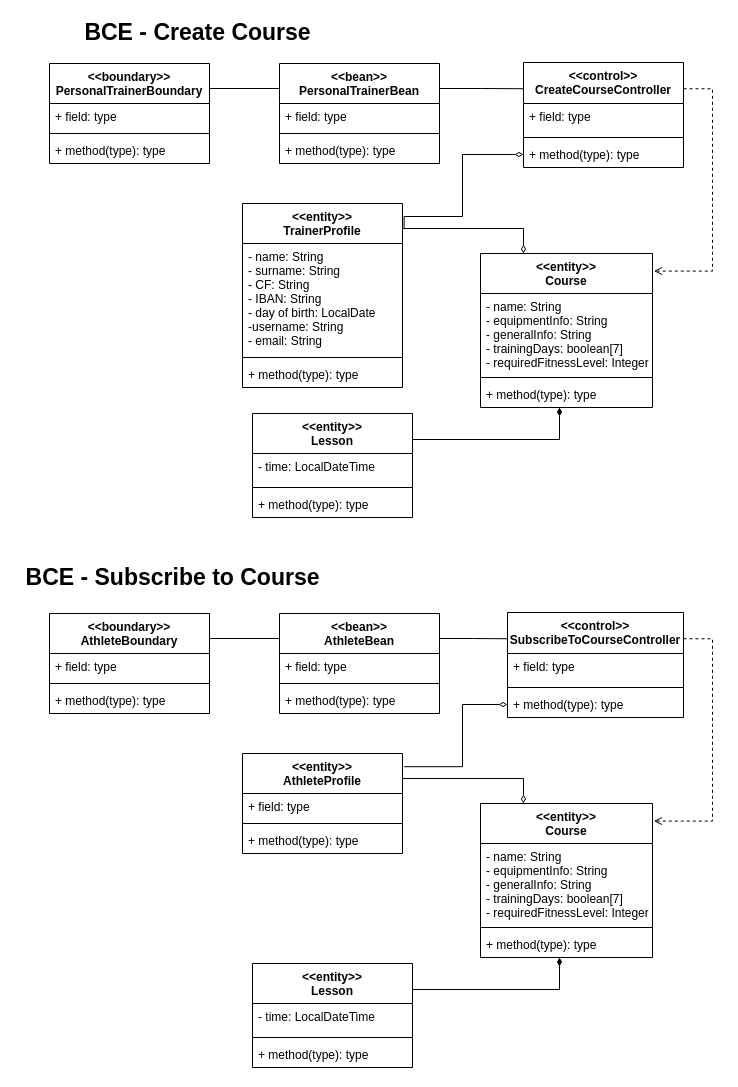
This is BCE_CreateCourse.drawio from Bobbarello00/WeTrain, a draw.io file, before an edit. Source tidied: cells renumbered, new cells numbered last; positions are measured from the earlier drawing's top-left corner, leaving out a move shared by most shapes. Both pictures are drawn from the tidied source at 100%, with x=0, y=0 at pixel (17, 17).
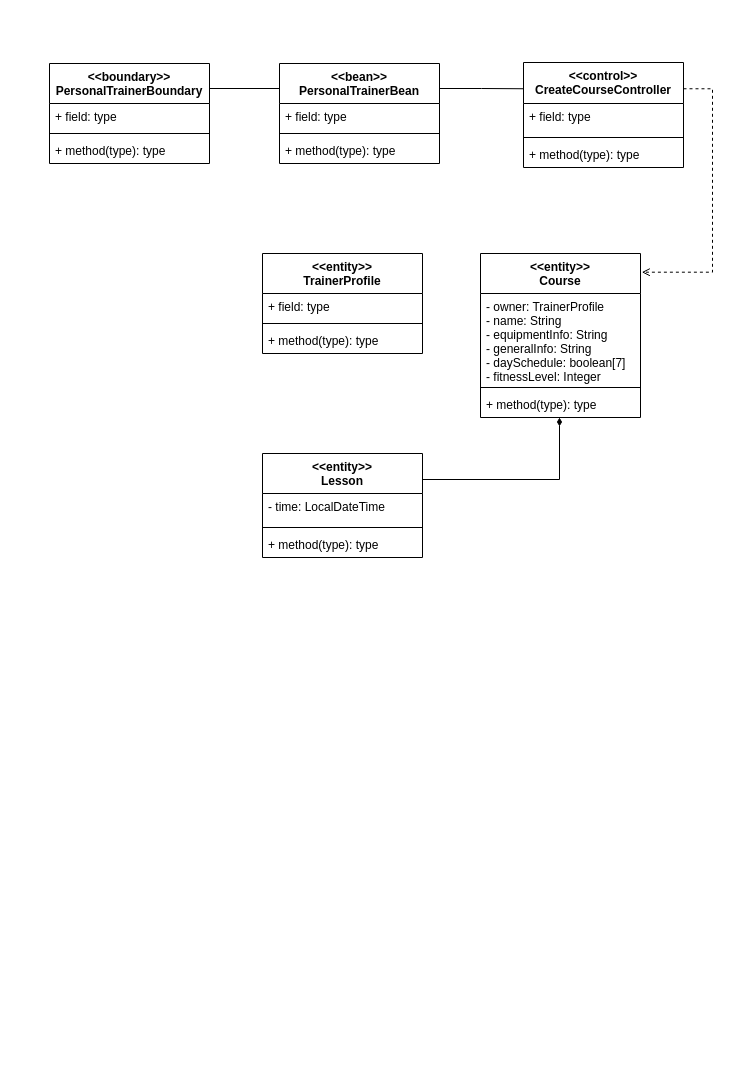
The same diagram, later.

Unchanged cells that the change refers to:
```xml
<mxCell id="2" value="&lt;&lt;control&gt;&gt;&#10;CreateCourseController" style="swimlane;fontStyle=1;align=center;verticalAlign=top;horizontal=1;startSize=41;" parent="1" vertex="1">
  <mxGeometry x="506" y="45" width="160" height="105" as="geometry" />
</mxCell>
<mxCell id="5" value="+ method(type): type" style="text;strokeColor=none;fillColor=none;align=left;verticalAlign=top;spacingLeft=4;spacingRight=4;overflow=hidden;points=[[0,0.5],[1,0.5]];portConstraint=eastwest;" parent="2" vertex="1">
  <mxGeometry y="79" width="160" height="26" as="geometry" />
</mxCell>
```

The edit, as a diff of the source:
```diff
@@
     <mxCell id="16" value="&lt;&lt;entity&gt;&gt;&#10;Course" style="swimlane;fontStyle=1;align=center;verticalAlign=top;horizontal=1;startSize=40;" parent="1" vertex="1">
-      <mxGeometry x="463" y="236" width="172" height="154" as="geometry" />
+      <mxGeometry x="463" y="236" width="160" height="164" as="geometry" />
     </mxCell>
-    <mxCell id="17" value="- name: String&#10;- equipmentInfo: String&#10;- generalInfo: String&#10;- trainingDays: boolean[7]&#10;- requiredFitnessLevel: Integer" style="text;strokeColor=none;fillColor=none;align=left;verticalAlign=top;spacingLeft=4;spacingRight=4;overflow=hidden;" parent="16" vertex="1">
-      <mxGeometry y="40" width="172" height="80" as="geometry" />
+    <mxCell id="17" value="- owner: TrainerProfile&#10;- name: String&#10;- equipmentInfo: String&#10;- generalInfo: String&#10;- daySchedule: boolean[7]&#10;- fitnessLevel: Integer" style="text;strokeColor=none;fillColor=none;align=left;verticalAlign=top;spacingLeft=4;spacingRight=4;overflow=hidden;" parent="16" vertex="1">
+      <mxGeometry y="40" width="160" height="90" as="geometry" />
     </mxCell>
     <mxCell id="18" style="line;strokeWidth=1;fillColor=none;align=left;verticalAlign=middle;spacingTop=-1;spacingLeft=3;spacingRight=3;labelPosition=right;" parent="16" vertex="1">
-      <mxGeometry y="120" width="172" height="8" as="geometry" />
+      <mxGeometry y="130" width="160" height="8" as="geometry" />
     </mxCell>
     <mxCell id="19" value="+ method(type): type" style="text;strokeColor=none;fillColor=none;align=left;verticalAlign=top;spacingLeft=4;spacingRight=4;overflow=hidden;points=[[0,0.5],[1,0.5]];portConstraint=eastwest;" parent="16" vertex="1">
-      <mxGeometry y="128" width="172" height="26" as="geometry" />
+      <mxGeometry y="138" width="160" height="26" as="geometry" />
     </mxCell>
-    <mxCell id="20" style="edgeStyle=orthogonalEdgeStyle;rounded=0;jettySize=auto;html=1;exitX=1;exitY=0.25;exitDx=0;exitDy=0;entryX=0.25;entryY=0;entryDx=0;entryDy=0;endArrow=diamondThin;endFill=0;" parent="1" edge="1" source="22" target="16">
-      <mxGeometry relative="1" as="geometry">
-        <Array as="points">
-          <mxPoint x="506" y="211" />
-        </Array>
-      </mxGeometry>
-    </mxCell>
-    <mxCell id="21" style="edgeStyle=orthogonalEdgeStyle;rounded=0;jettySize=auto;html=1;exitX=1.01;exitY=0.132;exitDx=0;exitDy=0;entryX=0;entryY=0.5;entryDx=0;entryDy=0;endArrow=diamondThin;endFill=0;exitPerimeter=0;" parent="1" edge="1" source="22" target="5">
-      <mxGeometry relative="1" as="geometry">
-        <Array as="points">
-          <mxPoint x="445" y="199" />
-          <mxPoint x="445" y="137" />
-        </Array>
-      </mxGeometry>
-    </mxCell>
     <mxCell id="22" value="&lt;&lt;entity&gt;&gt;&#10;TrainerProfile" style="swimlane;fontStyle=1;align=center;verticalAlign=top;horizontal=1;startSize=40;" parent="1" vertex="1">
-      <mxGeometry x="225" y="186" width="160" height="184" as="geometry" />
+      <mxGeometry x="245" y="236" width="160" height="100" as="geometry" />
     </mxCell>
-    <mxCell id="23" value="- name: String&#10;- surname: String&#10;- CF: String&#10;- IBAN: String&#10;- day of birth: LocalDate&#10;-username: String&#10;- email: String" style="text;strokeColor=none;fillColor=none;align=left;verticalAlign=top;spacingLeft=4;spacingRight=4;overflow=hidden;" parent="22" vertex="1">
-      <mxGeometry y="40" width="160" height="110" as="geometry" />
+    <mxCell id="23" value="+ field: type" style="text;strokeColor=none;fillColor=none;align=left;verticalAlign=top;spacingLeft=4;spacingRight=4;overflow=hidden;" parent="22" vertex="1">
+      <mxGeometry y="40" width="160" height="26" as="geometry" />
     </mxCell>
     <mxCell id="24" style="line;strokeWidth=1;fillColor=none;align=left;verticalAlign=middle;spacingTop=-1;spacingLeft=3;spacingRight=3;labelPosition=right;" parent="22" vertex="1">
-      <mxGeometry y="150" width="160" height="8" as="geometry" />
+      <mxGeometry y="66" width="160" height="8" as="geometry" />
     </mxCell>
     <mxCell id="25" value="+ method(type): type" style="text;strokeColor=none;fillColor=none;align=left;verticalAlign=top;spacingLeft=4;spacingRight=4;overflow=hidden;" parent="22" vertex="1">
-      <mxGeometry y="158" width="160" height="26" as="geometry" />
+      <mxGeometry y="74" width="160" height="26" as="geometry" />
     </mxCell>
     <mxCell id="26" style="edgeStyle=orthogonalEdgeStyle;rounded=0;jettySize=auto;html=1;exitX=1;exitY=0.25;exitDx=0;exitDy=0;entryX=1.008;entryY=0.114;entryDx=0;entryDy=0;endArrow=open;endFill=0;dashed=1;entryPerimeter=0;" parent="1" edge="1" source="2" target="16">
       <mxGeometry relative="1" as="geometry">
         <Array as="points">
           <mxPoint x="695" y="71" />
-          <mxPoint x="695" y="254" />
+          <mxPoint x="695" y="255" />
         </Array>
       </mxGeometry>
     </mxCell>
     <mxCell id="27" style="edgeStyle=orthogonalEdgeStyle;rounded=0;jettySize=auto;html=1;exitX=1;exitY=0.25;exitDx=0;exitDy=0;endArrow=diamondThin;endFill=1;" parent="1" edge="1" source="28" target="19">
       <mxGeometry relative="1" as="geometry">
         <Array as="points">
-          <mxPoint x="542" y="422" />
+          <mxPoint x="542" y="462" />
         </Array>
       </mxGeometry>
     </mxCell>
     <mxCell id="28" value="&lt;&lt;entity&gt;&gt;&#10;Lesson" style="swimlane;fontStyle=1;align=center;verticalAlign=top;horizontal=1;startSize=40;" parent="1" vertex="1">
-      <mxGeometry x="235" y="396" width="160" height="104" as="geometry" />
+      <mxGeometry x="245" y="436" width="160" height="104" as="geometry" />
     </mxCell>
@@
-    <mxCell id="32" value="BCE - Create Course" style="text;html=1;align=center;verticalAlign=middle;strokeColor=none;fillColor=none;fontStyle=1;fontSize=23;" parent="1" vertex="1">
-      <mxGeometry x="60" width="240" height="30" as="geometry" />
-    </mxCell>
-    <mxCell id="33" value="BCE - Subscribe to Course" style="text;html=1;align=center;verticalAlign=middle;strokeColor=none;fillColor=none;fontStyle=1;fontSize=23;" parent="1" vertex="1">
-      <mxGeometry y="545" width="310" height="30" as="geometry" />
-    </mxCell>
-    <mxCell id="34" value="&lt;&lt;control&gt;&gt;&#10;SubscribeToCourseController" style="swimlane;fontStyle=1;align=center;verticalAlign=top;horizontal=1;startSize=41;" parent="1" vertex="1">
-      <mxGeometry x="490" y="595" width="176" height="105" as="geometry" />
-    </mxCell>
-    <mxCell id="35" value="+ field: type" style="text;strokeColor=none;fillColor=none;align=left;verticalAlign=top;spacingLeft=4;spacingRight=4;overflow=hidden;" parent="34" vertex="1">
-      <mxGeometry y="41" width="176" height="30" as="geometry" />
-    </mxCell>
-    <mxCell id="36" style="line;strokeWidth=1;fillColor=none;align=left;verticalAlign=middle;spacingTop=-1;spacingLeft=3;spacingRight=3;labelPosition=right;" parent="34" vertex="1">
-      <mxGeometry y="71" width="176" height="8" as="geometry" />
-    </mxCell>
-    <mxCell id="37" value="+ method(type): type" style="text;strokeColor=none;fillColor=none;align=left;verticalAlign=top;spacingLeft=4;spacingRight=4;overflow=hidden;points=[[0,0.5],[1,0.5]];portConstraint=eastwest;" parent="34" vertex="1">
-      <mxGeometry y="79" width="176" height="26" as="geometry" />
-    </mxCell>
-    <mxCell id="38" style="edgeStyle=orthogonalEdgeStyle;rounded=0;jettySize=auto;html=1;exitX=1;exitY=0.25;exitDx=0;exitDy=0;entryX=0;entryY=0.25;entryDx=0;entryDy=0;endArrow=none;endFill=0;" parent="1" edge="1" source="39" target="44">
-      <mxGeometry relative="1" as="geometry" />
-    </mxCell>
-    <mxCell id="39" value="&lt;&lt;boundary&gt;&gt;&#10;AthleteBoundary" style="swimlane;fontStyle=1;align=center;verticalAlign=top;horizontal=1;startSize=40;" parent="1" vertex="1">
-      <mxGeometry x="32" y="596" width="160" height="100" as="geometry" />
-    </mxCell>
-    <mxCell id="40" value="+ field: type" style="text;strokeColor=none;fillColor=none;align=left;verticalAlign=top;spacingLeft=4;spacingRight=4;overflow=hidden;" parent="39" vertex="1">
-      <mxGeometry y="40" width="160" height="26" as="geometry" />
-    </mxCell>
-    <mxCell id="41" style="line;strokeWidth=1;fillColor=none;align=left;verticalAlign=middle;spacingTop=-1;spacingLeft=3;spacingRight=3;labelPosition=right;" parent="39" vertex="1">
-      <mxGeometry y="66" width="160" height="8" as="geometry" />
-    </mxCell>
-    <mxCell id="42" value="+ method(type): type" style="text;strokeColor=none;fillColor=none;align=left;verticalAlign=top;spacingLeft=4;spacingRight=4;overflow=hidden;" parent="39" vertex="1">
-      <mxGeometry y="74" width="160" height="26" as="geometry" />
-    </mxCell>
-    <mxCell id="43" style="edgeStyle=orthogonalEdgeStyle;rounded=0;jettySize=auto;html=1;exitX=1;exitY=0.25;exitDx=0;exitDy=0;entryX=0;entryY=0.25;entryDx=0;entryDy=0;endArrow=none;endFill=0;" parent="1" edge="1" source="44" target="34">
-      <mxGeometry relative="1" as="geometry" />
-    </mxCell>
-    <mxCell id="44" value="&lt;&lt;bean&gt;&gt;&#10;AthleteBean" style="swimlane;fontStyle=1;align=center;verticalAlign=top;horizontal=1;startSize=40;" parent="1" vertex="1">
-      <mxGeometry x="262" y="596" width="160" height="100" as="geometry" />
-    </mxCell>
-    <mxCell id="45" value="+ field: type" style="text;strokeColor=none;fillColor=none;align=left;verticalAlign=top;spacingLeft=4;spacingRight=4;overflow=hidden;" parent="44" vertex="1">
-      <mxGeometry y="40" width="160" height="26" as="geometry" />
-    </mxCell>
-    <mxCell id="46" style="line;strokeWidth=1;fillColor=none;align=left;verticalAlign=middle;spacingTop=-1;spacingLeft=3;spacingRight=3;labelPosition=right;" parent="44" vertex="1">
-      <mxGeometry y="66" width="160" height="8" as="geometry" />
-    </mxCell>
-    <mxCell id="47" value="+ method(type): type" style="text;strokeColor=none;fillColor=none;align=left;verticalAlign=top;spacingLeft=4;spacingRight=4;overflow=hidden;" parent="44" vertex="1">
-      <mxGeometry y="74" width="160" height="26" as="geometry" />
-    </mxCell>
-    <mxCell id="48" value="&lt;&lt;entity&gt;&gt;&#10;Course" style="swimlane;fontStyle=1;align=center;verticalAlign=top;horizontal=1;startSize=40;" parent="1" vertex="1">
-      <mxGeometry x="463" y="786" width="172" height="154" as="geometry" />
-    </mxCell>
-    <mxCell id="49" value="- name: String&#10;- equipmentInfo: String&#10;- generalInfo: String&#10;- trainingDays: boolean[7]&#10;- requiredFitnessLevel: Integer" style="text;strokeColor=none;fillColor=none;align=left;verticalAlign=top;spacingLeft=4;spacingRight=4;overflow=hidden;" parent="48" vertex="1">
-      <mxGeometry y="40" width="172" height="80" as="geometry" />
-    </mxCell>
-    <mxCell id="50" style="line;strokeWidth=1;fillColor=none;align=left;verticalAlign=middle;spacingTop=-1;spacingLeft=3;spacingRight=3;labelPosition=right;" parent="48" vertex="1">
-      <mxGeometry y="120" width="172" height="8" as="geometry" />
-    </mxCell>
-    <mxCell id="51" value="+ method(type): type" style="text;strokeColor=none;fillColor=none;align=left;verticalAlign=top;spacingLeft=4;spacingRight=4;overflow=hidden;points=[[0,0.5],[1,0.5]];portConstraint=eastwest;" parent="48" vertex="1">
-      <mxGeometry y="128" width="172" height="26" as="geometry" />
-    </mxCell>
-    <mxCell id="52" style="edgeStyle=orthogonalEdgeStyle;rounded=0;jettySize=auto;html=1;exitX=1;exitY=0.25;exitDx=0;exitDy=0;entryX=0.25;entryY=0;entryDx=0;entryDy=0;endArrow=diamondThin;endFill=0;" parent="1" edge="1" source="54" target="48">
-      <mxGeometry relative="1" as="geometry">
-        <Array as="points">
-          <mxPoint x="506" y="761" />
-        </Array>
-      </mxGeometry>
-    </mxCell>
-    <mxCell id="53" style="edgeStyle=orthogonalEdgeStyle;rounded=0;jettySize=auto;html=1;exitX=1.01;exitY=0.132;exitDx=0;exitDy=0;entryX=0;entryY=0.5;entryDx=0;entryDy=0;endArrow=diamondThin;endFill=0;exitPerimeter=0;" parent="1" edge="1" source="54" target="37">
-      <mxGeometry relative="1" as="geometry">
-        <Array as="points">
-          <mxPoint x="445" y="749" />
-          <mxPoint x="445" y="687" />
-        </Array>
-      </mxGeometry>
-    </mxCell>
-    <mxCell id="54" value="&lt;&lt;entity&gt;&gt;&#10;AthleteProfile" style="swimlane;fontStyle=1;align=center;verticalAlign=top;horizontal=1;startSize=40;" parent="1" vertex="1">
-      <mxGeometry x="225" y="736" width="160" height="100" as="geometry" />
-    </mxCell>
-    <mxCell id="55" value="+ field: type" style="text;strokeColor=none;fillColor=none;align=left;verticalAlign=top;spacingLeft=4;spacingRight=4;overflow=hidden;" parent="54" vertex="1">
-      <mxGeometry y="40" width="160" height="26" as="geometry" />
-    </mxCell>
-    <mxCell id="56" style="line;strokeWidth=1;fillColor=none;align=left;verticalAlign=middle;spacingTop=-1;spacingLeft=3;spacingRight=3;labelPosition=right;" parent="54" vertex="1">
-      <mxGeometry y="66" width="160" height="8" as="geometry" />
-    </mxCell>
-    <mxCell id="57" value="+ method(type): type" style="text;strokeColor=none;fillColor=none;align=left;verticalAlign=top;spacingLeft=4;spacingRight=4;overflow=hidden;" parent="54" vertex="1">
-      <mxGeometry y="74" width="160" height="26" as="geometry" />
-    </mxCell>
-    <mxCell id="58" style="edgeStyle=orthogonalEdgeStyle;rounded=0;jettySize=auto;html=1;exitX=1;exitY=0.25;exitDx=0;exitDy=0;entryX=1.008;entryY=0.114;entryDx=0;entryDy=0;endArrow=open;endFill=0;dashed=1;entryPerimeter=0;" parent="1" edge="1" source="34" target="48">
-      <mxGeometry relative="1" as="geometry">
-        <Array as="points">
-          <mxPoint x="695" y="621" />
-          <mxPoint x="695" y="804" />
-        </Array>
-      </mxGeometry>
-    </mxCell>
-    <mxCell id="59" style="edgeStyle=orthogonalEdgeStyle;rounded=0;jettySize=auto;html=1;exitX=1;exitY=0.25;exitDx=0;exitDy=0;endArrow=diamondThin;endFill=1;" parent="1" edge="1" source="60" target="51">
-      <mxGeometry relative="1" as="geometry">
-        <Array as="points">
-          <mxPoint x="542" y="972" />
-        </Array>
-      </mxGeometry>
-    </mxCell>
-    <mxCell id="60" value="&lt;&lt;entity&gt;&gt;&#10;Lesson" style="swimlane;fontStyle=1;align=center;verticalAlign=top;horizontal=1;startSize=40;" parent="1" vertex="1">
-      <mxGeometry x="235" y="946" width="160" height="104" as="geometry" />
-    </mxCell>
-    <mxCell id="61" value="- time: LocalDateTime" style="text;strokeColor=none;fillColor=none;align=left;verticalAlign=top;spacingLeft=4;spacingRight=4;overflow=hidden;" parent="60" vertex="1">
-      <mxGeometry y="40" width="160" height="30" as="geometry" />
-    </mxCell>
-    <mxCell id="62" style="line;strokeWidth=1;fillColor=none;align=left;verticalAlign=middle;spacingTop=-1;spacingLeft=3;spacingRight=3;labelPosition=right;" parent="60" vertex="1">
-      <mxGeometry y="70" width="160" height="8" as="geometry" />
-    </mxCell>
-    <mxCell id="63" value="+ method(type): type" style="text;strokeColor=none;fillColor=none;align=left;verticalAlign=top;spacingLeft=4;spacingRight=4;overflow=hidden;" parent="60" vertex="1">
-      <mxGeometry y="78" width="160" height="26" as="geometry" />
-    </mxCell>
```
